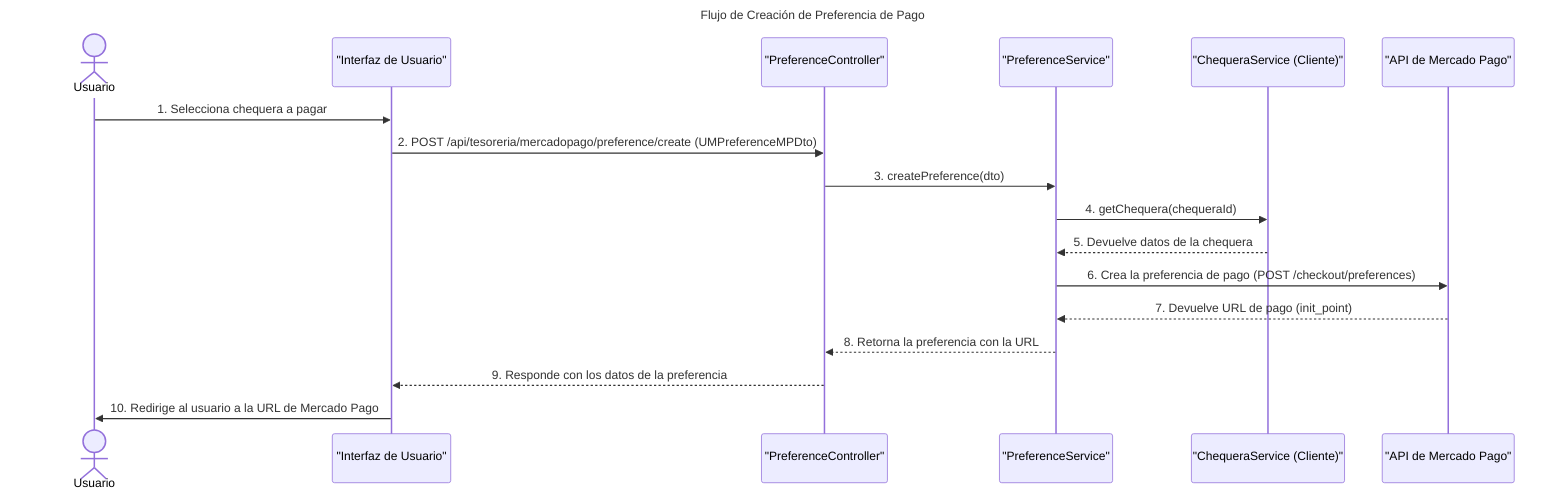
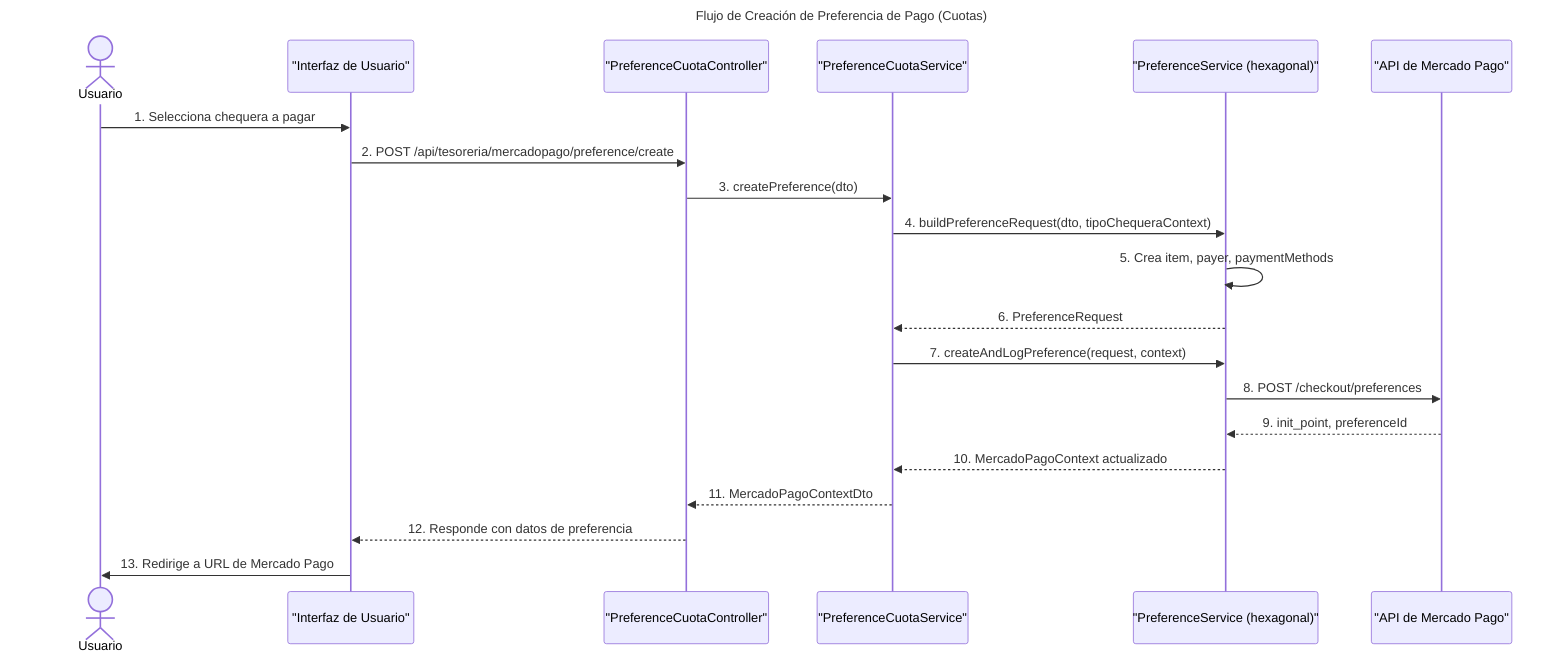
sequenceDiagram
-     title Flujo de Creación de Preferencia de Pago
+     title Flujo de Creación de Preferencia de Pago (Cuotas)

    actor Usuario
    participant Frontend as "Interfaz de Usuario"
-     participant PreferenceController as "PreferenceController"
-     participant PreferenceService as "PreferenceService"
-     participant ChequeraService as "ChequeraService (Cliente)"
+     participant CuotaController as "PreferenceCuotaController"
+     participant CuotaService as "PreferenceCuotaService"
+     participant PrefService as "PreferenceService (hexagonal)"
    participant MP_API as "API de Mercado Pago"

    Usuario->>Frontend: 1. Selecciona chequera a pagar
-     Frontend->>PreferenceController: 2. POST /api/tesoreria/mercadopago/preference/create (UMPreferenceMPDto)
-     PreferenceController->>PreferenceService: 3. createPreference(dto)
+     Frontend->>CuotaController: 2. POST /api/tesoreria/mercadopago/preference/create
+     CuotaController->>CuotaService: 3. createPreference(dto)

-     PreferenceService->>ChequeraService: 4. getChequera(chequeraId)
-     ChequeraService-->>PreferenceService: 5. Devuelve datos de la chequera
+     CuotaService->>PrefService: 4. buildPreferenceRequest(dto, tipoChequeraContext)
+     PrefService->>PrefService: 5. Crea item, payer, paymentMethods
+     PrefService-->>CuotaService: 6. PreferenceRequest

-     PreferenceService->>MP_API: 6. Crea la preferencia de pago (POST /checkout/preferences)
-     MP_API-->>PreferenceService: 7. Devuelve URL de pago (init_point)
+     CuotaService->>PrefService: 7. createAndLogPreference(request, context)
+     PrefService->>MP_API: 8. POST /checkout/preferences
+     MP_API-->>PrefService: 9. init_point, preferenceId

-     PreferenceService-->>PreferenceController: 8. Retorna la preferencia con la URL
-     PreferenceController-->>Frontend: 9. Responde con los datos de la preferencia
-     Frontend->>Usuario: 10. Redirige al usuario a la URL de Mercado Pago
+     PrefService-->>CuotaService: 10. MercadoPagoContext actualizado
+     CuotaService-->>CuotaController: 11. MercadoPagoContextDto
+     CuotaController-->>Frontend: 12. Responde con datos de preferencia
+     Frontend->>Usuario: 13. Redirige a URL de Mercado Pago
